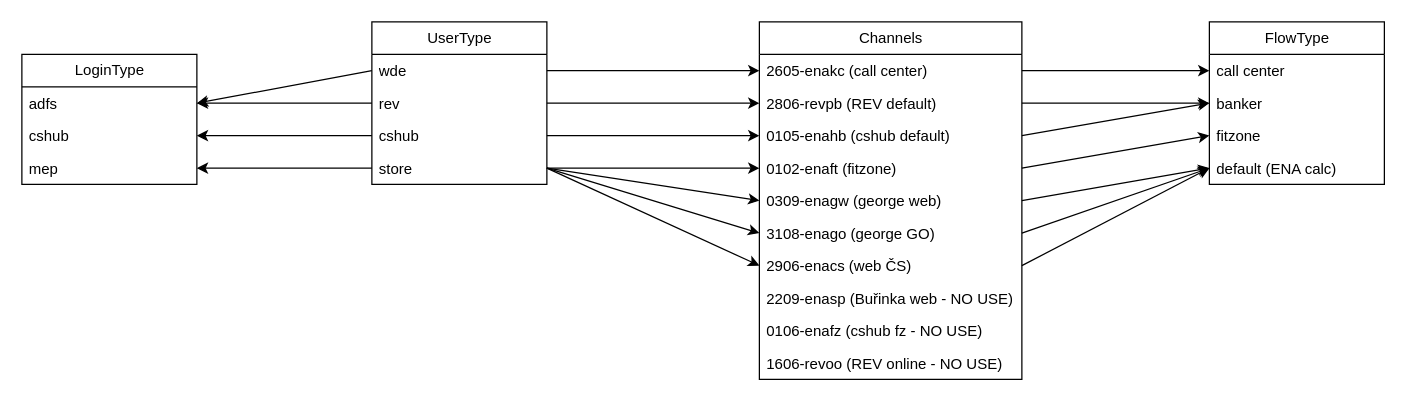
This is ENA_model.drawio from ondrejtuma-ext43301/diagrams, a draw.io file, before an edit. Source tidied: cells renumbered, new cells numbered last; positions are measured from the earlier drawing's top-left corner, leaving out a move shared by most shapes. Both pictures are drawn from the tidied source at 125%, with x=0, y=0 at pixel (21, 21).
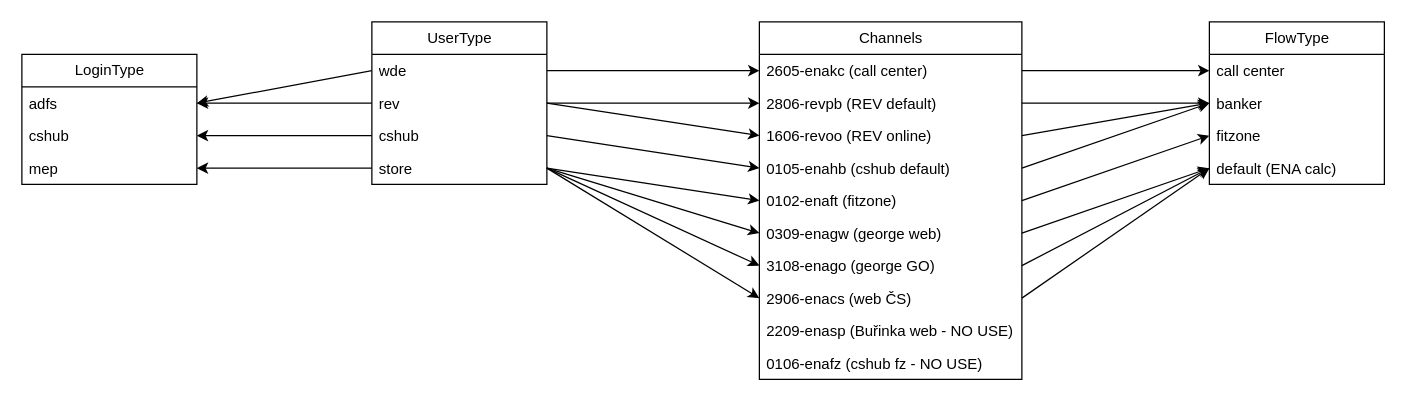
The same diagram, later.

Commit message:
chore: update rev online channel

Unchanged cells that the change refers to:
```xml
<mxCell id="4" value="rev" style="text;strokeColor=none;fillColor=none;align=left;verticalAlign=top;spacingLeft=4;spacingRight=4;overflow=hidden;points=[[0,0.5],[1,0.5]];portConstraint=eastwest;whiteSpace=wrap;html=1;" parent="2" vertex="1">
  <mxGeometry y="52" width="140" height="26" as="geometry" />
</mxCell>
<mxCell id="11" value="Channels" style="swimlane;fontStyle=0;horizontal=1;startSize=26;fillColor=none;html=1;" parent="1" vertex="1">
  <mxGeometry x="590" width="210" height="286" as="geometry" />
</mxCell>
<mxCell id="24" value="banker" style="text;strokeColor=none;fillColor=none;align=left;verticalAlign=top;spacingLeft=4;spacingRight=4;overflow=hidden;points=[[0,0.5],[1,0.5]];portConstraint=eastwest;whiteSpace=wrap;html=1;" parent="22" vertex="1">
  <mxGeometry y="52" width="140" height="26" as="geometry" />
</mxCell>
```

Change to the diagram source:
```diff
@@
+    <mxCell id="21" value="1606-revoo (REV online)" style="text;strokeColor=none;fillColor=none;align=left;verticalAlign=top;spacingLeft=4;spacingRight=4;overflow=hidden;points=[[0,0.5],[1,0.5]];portConstraint=eastwest;whiteSpace=wrap;html=1;" parent="11" vertex="1">
+      <mxGeometry y="78" width="210" height="26" as="geometry" />
+    </mxCell>
     <mxCell id="14" value="0105-enahb (cshub&amp;nbsp;default)" style="text;strokeColor=none;fillColor=none;align=left;verticalAlign=top;spacingLeft=4;spacingRight=4;overflow=hidden;points=[[0,0.5],[1,0.5]];portConstraint=eastwest;whiteSpace=wrap;html=1;" parent="11" vertex="1">
-      <mxGeometry y="78" width="210" height="26" as="geometry" />
+      <mxGeometry y="104" width="210" height="26" as="geometry" />
     </mxCell>
     <mxCell id="15" value="0102-enaft (fitzone)" style="text;strokeColor=none;fillColor=none;align=left;verticalAlign=top;spacingLeft=4;spacingRight=4;overflow=hidden;points=[[0,0.5],[1,0.5]];portConstraint=eastwest;whiteSpace=wrap;html=1;" parent="11" vertex="1">
-      <mxGeometry y="104" width="210" height="26" as="geometry" />
+      <mxGeometry y="130" width="210" height="26" as="geometry" />
     </mxCell>
     <mxCell id="16" value="0309-enagw (george web)" style="text;strokeColor=none;fillColor=none;align=left;verticalAlign=top;spacingLeft=4;spacingRight=4;overflow=hidden;points=[[0,0.5],[1,0.5]];portConstraint=eastwest;whiteSpace=wrap;html=1;" parent="11" vertex="1">
-      <mxGeometry y="130" width="210" height="26" as="geometry" />
+      <mxGeometry y="156" width="210" height="26" as="geometry" />
     </mxCell>
     <mxCell id="17" value="3108-enago (george GO)" style="text;strokeColor=none;fillColor=none;align=left;verticalAlign=top;spacingLeft=4;spacingRight=4;overflow=hidden;points=[[0,0.5],[1,0.5]];portConstraint=eastwest;whiteSpace=wrap;html=1;" parent="11" vertex="1">
-      <mxGeometry y="156" width="210" height="26" as="geometry" />
+      <mxGeometry y="182" width="210" height="26" as="geometry" />
     </mxCell>
     <mxCell id="18" value="2906-enacs (web ČS)" style="text;strokeColor=none;fillColor=none;align=left;verticalAlign=top;spacingLeft=4;spacingRight=4;overflow=hidden;points=[[0,0.5],[1,0.5]];portConstraint=eastwest;whiteSpace=wrap;html=1;" parent="11" vertex="1">
-      <mxGeometry y="182" width="210" height="26" as="geometry" />
+      <mxGeometry y="208" width="210" height="26" as="geometry" />
     </mxCell>
     <mxCell id="19" value="2209-enasp (Buřinka web - NO USE)" style="text;strokeColor=none;fillColor=none;align=left;verticalAlign=top;spacingLeft=4;spacingRight=4;overflow=hidden;whiteSpace=wrap;html=1;" parent="11" vertex="1">
-      <mxGeometry y="208" width="210" height="26" as="geometry" />
+      <mxGeometry y="234" width="210" height="26" as="geometry" />
     </mxCell>
     <mxCell id="20" value="0106-enafz (cshub fz - NO USE)" style="text;strokeColor=none;fillColor=none;align=left;verticalAlign=top;spacingLeft=4;spacingRight=4;overflow=hidden;whiteSpace=wrap;html=1;" parent="11" vertex="1">
-      <mxGeometry y="234" width="210" height="26" as="geometry" />
+      <mxGeometry y="260" width="210" height="26" as="geometry" />
     </mxCell>
-    <mxCell id="21" value="1606-revoo (REV online - NO USE)" style="text;strokeColor=none;fillColor=none;align=left;verticalAlign=top;spacingLeft=4;spacingRight=4;overflow=hidden;points=[[0,0.5],[1,0.5]];portConstraint=eastwest;whiteSpace=wrap;html=1;" parent="11" vertex="1">
-      <mxGeometry y="260" width="210" height="26" as="geometry" />
-    </mxCell>
@@
+    <mxCell id="45" style="endArrow=classic;html=1;rounded=0;exitX=1;exitY=0.5;exitDx=0;exitDy=0;entryX=0;entryY=0.5;entryDx=0;entryDy=0;" parent="1" edge="1" source="4" target="21">
+      <mxGeometry relative="1" as="geometry" />
+    </mxCell>
+    <mxCell id="46" style="endArrow=classic;html=1;rounded=0;entryX=0;entryY=0.5;entryDx=0;entryDy=0;exitX=1;exitY=0.5;exitDx=0;exitDy=0;" parent="1" edge="1" source="21" target="24">
+      <mxGeometry relative="1" as="geometry" />
+    </mxCell>
```
